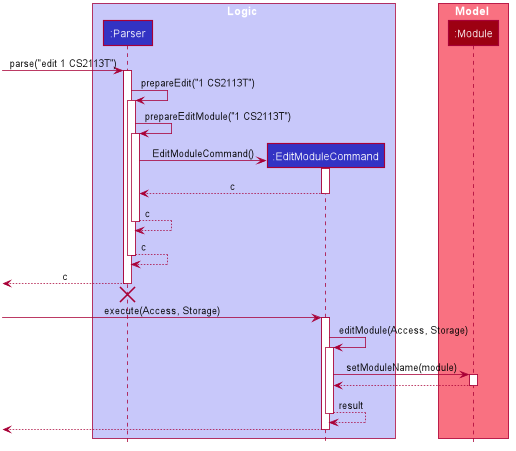
Before: docs/DG_Images/LogicSequenceDiagram.png, a diagram exported from PlantUML (nus-cs2113-AY2021S1/tp).
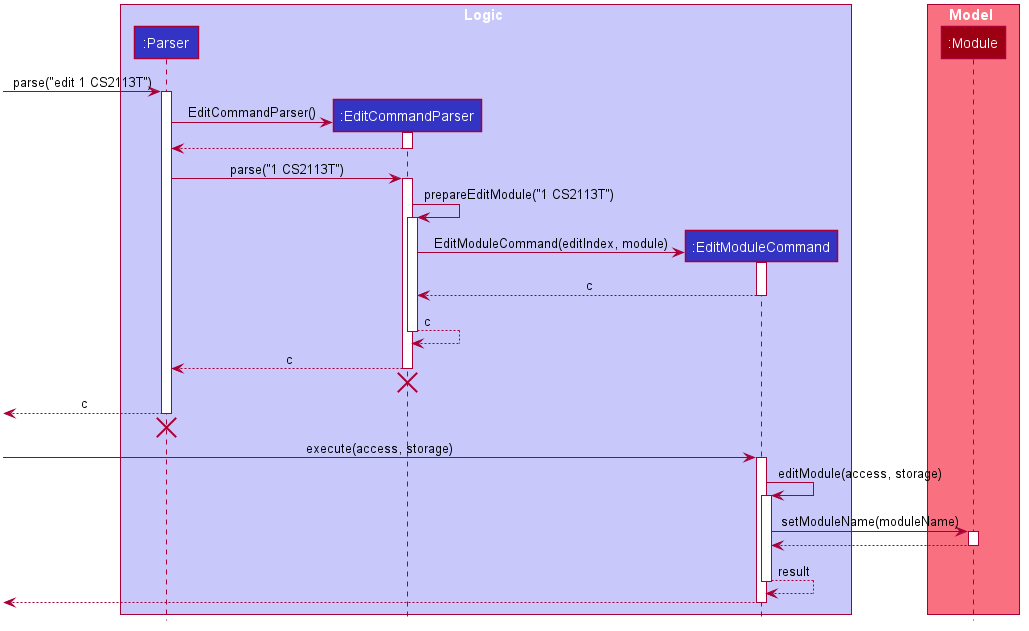
The same file after the commit.

Commit message:
Updated diagrams for Logic Component

Diff of the diagram source:
```diff
@@ -50,6 +50,7 @@
 
 box Logic #C8C8FA
 participant ":Parser" as Parser #3333C4
+participant ":EditCommandParser" as EditCommandParser #3333C4
 participant ":EditModuleCommand" as EditModuleCommand #3333C4
 end box
 
@@ -60,37 +61,46 @@
 [-> Parser : parse("edit 1 CS2113T")
 activate Parser
 
-Parser ->  Parser : prepareEdit("1 CS2113T")
-activate Parser
+create EditCommandParser
+Parser -> EditCommandParser : EditCommandParser()
+activate EditCommandParser
 
-Parser ->  Parser : prepareEditModule("1 CS2113T")
-activate Parser
+EditCommandParser --> Parser
+deactivate EditCommandParser
+
+Parser -> EditCommandParser : parse("1 CS2113T")
+activate EditCommandParser
+
+EditCommandParser -> EditCommandParser : prepareEditModule("1 CS2113T")
+activate EditCommandParser
 
 create EditModuleCommand
-Parser -> EditModuleCommand : EditModuleCommand()
+EditCommandParser -> EditModuleCommand : EditModuleCommand(editIndex, module)
 activate EditModuleCommand
 
-EditModuleCommand --> Parser : c
+EditModuleCommand --> EditCommandParser : c
 deactivate EditModuleCommand
 
-Parser --> Parser : c
-deactivate Parser
+EditCommandParser --> EditCommandParser : c
+deactivate EditCommandParser
 
-Parser --> Parser : c
-deactivate Parser
+EditCommandParser --> Parser : c
+deactivate EditCommandParser
+[<-[hidden]- EditCommandParser
+destroy EditCommandParser
 
 [<-- Parser : c
 deactivate Parser
 [<-[hidden]- Parser
 destroy Parser
 
-[-> EditModuleCommand : execute(Access, Storage)
+[-> EditModuleCommand : execute(access, storage)
 activate EditModuleCommand
 
-EditModuleCommand -> EditModuleCommand : editModule(Access, Storage)
+EditModuleCommand -> EditModuleCommand : editModule(access, storage)
 activate EditModuleCommand
 
-EditModuleCommand -> Module : setModuleName(module)
+EditModuleCommand -> Module : setModuleName(moduleName)
 activate Module
 
 Module --> EditModuleCommand
```
